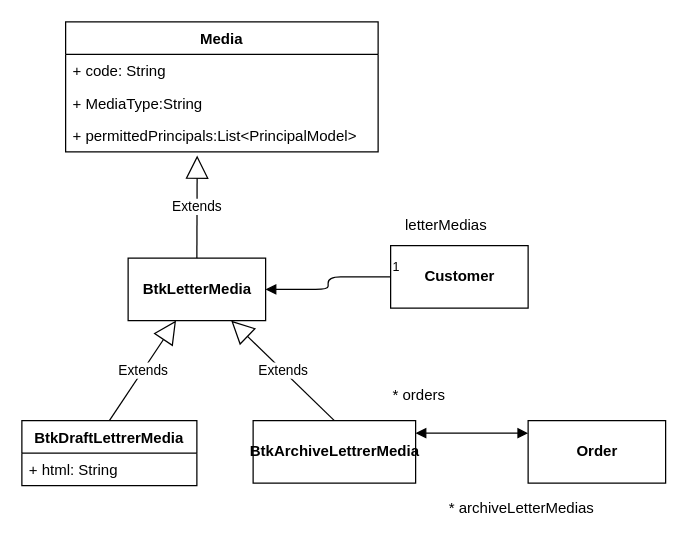
Before: media btk.drawio in elaissoussi/draw.io, a draw.io diagram. Source tidied: cells renumbered, new cells numbered last; positions are measured from the earlier drawing's top-left corner, leaving out a move shared by most shapes. Both pictures are drawn from the tidied source at 125%, with x=0, y=0 at pixel (21, 21).
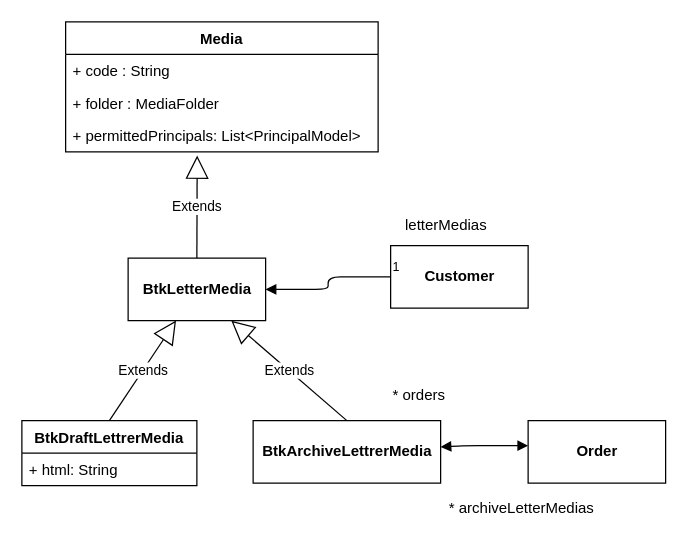
After the change.

Unchanged cells that the change refers to:
```xml
<mxCell id="9" value="Media" style="swimlane;fontStyle=1;horizontal=1;startSize=26;fillColor=none;" parent="1" vertex="1">
  <mxGeometry x="35" width="250" height="104" as="geometry" />
</mxCell>
```

The edit, as a diff of the source:
```diff
@@
-    <mxCell id="10" value="+ code: String" style="text;strokeColor=none;fillColor=none;align=left;verticalAlign=top;spacingLeft=4;spacingRight=4;overflow=hidden;" parent="9" vertex="1">
+    <mxCell id="10" value="+ code : String" style="text;strokeColor=none;fillColor=none;align=left;verticalAlign=top;spacingLeft=4;spacingRight=4;overflow=hidden;" parent="9" vertex="1">
       <mxGeometry y="26" width="250" height="26" as="geometry" />
     </mxCell>
-    <mxCell id="11" value="+ MediaType:String" style="text;strokeColor=none;fillColor=none;align=left;verticalAlign=top;spacingLeft=4;spacingRight=4;overflow=hidden;" parent="9" vertex="1">
+    <mxCell id="11" value="+ folder : MediaFolder" style="text;strokeColor=none;fillColor=none;align=left;verticalAlign=top;spacingLeft=4;spacingRight=4;overflow=hidden;" parent="9" vertex="1">
       <mxGeometry y="52" width="250" height="26" as="geometry" />
     </mxCell>
-    <mxCell id="12" value="+ permittedPrincipals:List&lt;PrincipalModel&gt;" style="text;strokeColor=none;fillColor=none;align=left;verticalAlign=top;spacingLeft=4;spacingRight=4;overflow=hidden;points=[[0,0.5],[1,0.5]];portConstraint=eastwest;" parent="9" vertex="1">
+    <mxCell id="12" value="+ permittedPrincipals: List&lt;PrincipalModel&gt;" style="text;strokeColor=none;fillColor=none;align=left;verticalAlign=top;spacingLeft=4;spacingRight=4;overflow=hidden;points=[[0,0.5],[1,0.5]];portConstraint=eastwest;" parent="9" vertex="1">
       <mxGeometry y="78" width="250" height="26" as="geometry" />
     </mxCell>
+    <mxCell id="20" style="edgeStyle=orthogonalEdgeStyle;rounded=0;jettySize=auto;html=1;exitX=1;exitY=0.5;exitDx=0;exitDy=0;" parent="1" edge="1" source="13">
+      <mxGeometry relative="1" as="geometry">
+        <mxPoint x="325" y="344" as="targetPoint" />
+      </mxGeometry>
+    </mxCell>
     <mxCell id="13" value="&lt;b&gt;BtkArchiveLettrerMedia&lt;/b&gt;" style="html=1;" parent="1" vertex="1">
-      <mxGeometry x="185" y="319" width="130" height="50" as="geometry" />
+      <mxGeometry x="185" y="319" width="150" height="50" as="geometry" />
     </mxCell>
@@
-    <mxCell id="17" style="endArrow=block;startArrow=block;endFill=1;startFill=1;html=1;" parent="1" edge="1">
+    <mxCell id="17" style="endArrow=block;startArrow=block;endFill=1;startFill=1;html=1;" parent="1" edge="1" source="13">
       <mxGeometry relative="1" as="geometry">
-        <mxPoint x="315" y="329" as="sourcePoint" />
-        <mxPoint x="405" y="329" as="targetPoint" />
+        <mxPoint x="405" y="339" as="targetPoint" />
+        <Array as="points">
+          <mxPoint x="355" y="339" />
+        </Array>
       </mxGeometry>
     </mxCell>
```
